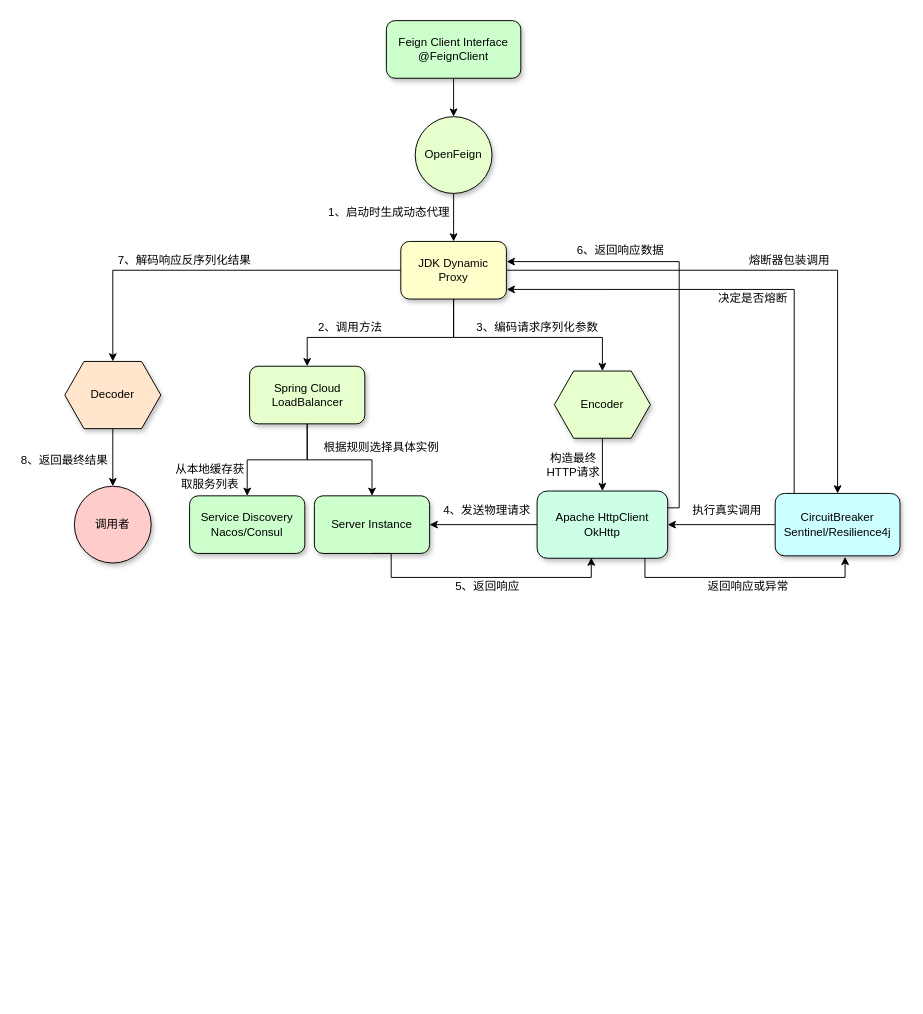
Before: achitecture_diagram/SpringCloud服务调用底层原理.drawio in abigalexy/online_drawing, a draw.io diagram. Source tidied: cells renumbered, new cells numbered last; positions are measured from the earlier drawing's top-left corner, leaving out a move shared by most shapes. Both pictures are drawn from the tidied source at 96%, with x=0, y=0 at pixel (16, 20).
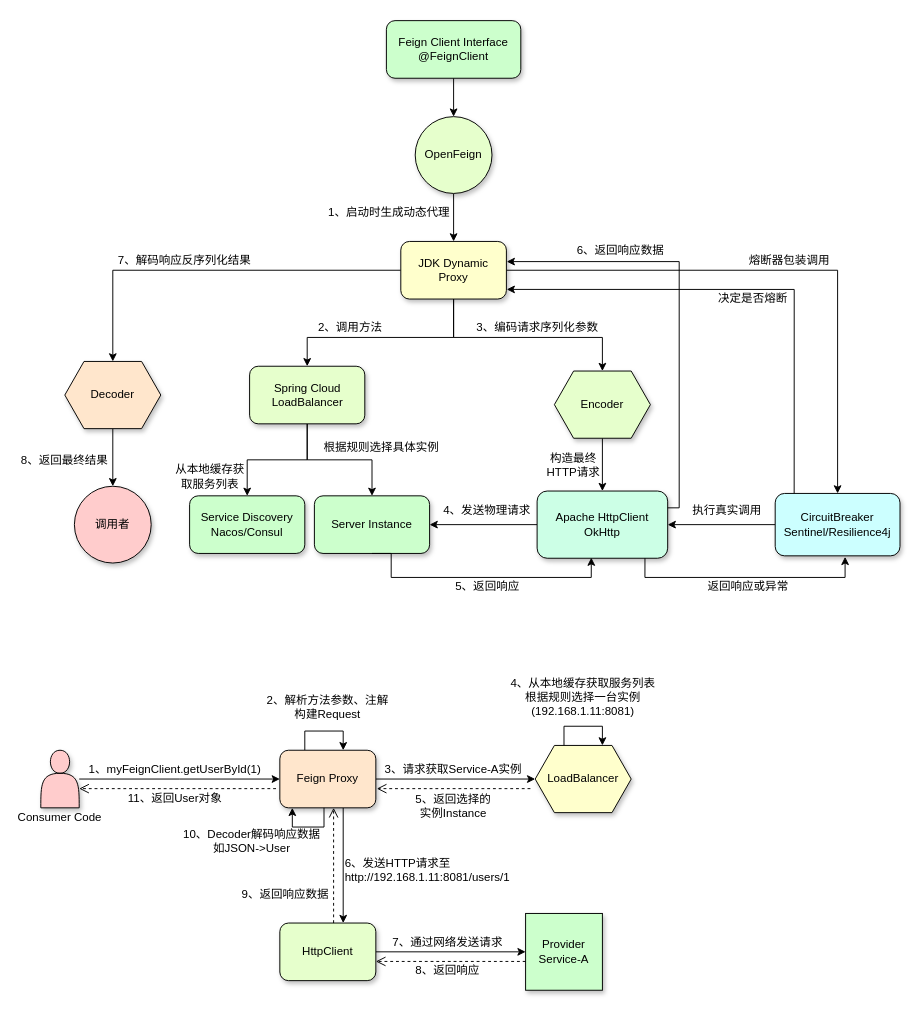
After the change.

Commit message:
更新SpringCloud服务调用底层原理.drawio

The edit, as a diff of the source:
```diff
@@
+    <mxCell id="45" style="group;" parent="1" vertex="1">
+      <mxGeometry y="680" width="670" height="330" as="geometry" />
+    </mxCell>
+    <mxCell id="46" style="edgeStyle=orthogonalEdgeStyle;rounded=0;jettySize=auto;html=1;entryX=0;entryY=0.5;entryDx=0;entryDy=0;" parent="45" edge="1" source="47">
+      <mxGeometry relative="1" as="geometry">
+        <mxPoint x="274" y="110" as="targetPoint" />
+      </mxGeometry>
+    </mxCell>
+    <mxCell id="47" style="shape=actor;whiteSpace=wrap;html=1;fillColor=#FFCCCC;shadow=1;" parent="45" vertex="1">
+      <mxGeometry x="25" y="80" width="40" height="60" as="geometry" />
+    </mxCell>
+    <mxCell id="48" value="Consumer Code" style="text;strokeColor=none;align=center;fillColor=none;html=1;verticalAlign=middle;whiteSpace=wrap;rounded=0;" parent="45" vertex="1">
+      <mxGeometry y="140" width="90" height="20" as="geometry" />
+    </mxCell>
+    <mxCell id="49" value="LoadBalancer" style="shape=hexagon;perimeter=hexagonPerimeter2;whiteSpace=wrap;html=1;fixedSize=1;fillColor=#FFFFCC;shadow=1;" parent="45" vertex="1">
+      <mxGeometry x="540" y="75" width="100" height="70" as="geometry" />
+    </mxCell>
+    <mxCell id="50" style="edgeStyle=orthogonalEdgeStyle;rounded=0;jettySize=auto;html=1;entryX=0;entryY=0.5;entryDx=0;entryDy=0;" parent="45" edge="1" source="51" target="52">
+      <mxGeometry relative="1" as="geometry" />
+    </mxCell>
+    <mxCell id="51" value="HttpClient" style="rounded=1;whiteSpace=wrap;html=1;fillColor=#E6FFCC;shadow=1;" parent="45" vertex="1">
+      <mxGeometry x="274" y="260" width="100" height="60" as="geometry" />
+    </mxCell>
+    <mxCell id="52" value="Provider&lt;br&gt;Service-A" style="whiteSpace=wrap;html=1;fillColor=#CCFFCC;shadow=1;" parent="45" vertex="1">
+      <mxGeometry x="530" y="250" width="80" height="80" as="geometry" />
+    </mxCell>
+    <mxCell id="53" value="1、myFeignClient.getUserById(1)" style="text;strokeColor=none;align=center;fillColor=none;html=1;verticalAlign=middle;whiteSpace=wrap;rounded=0;" parent="45" vertex="1">
+      <mxGeometry x="70" y="90" width="190" height="20" as="geometry" />
+    </mxCell>
+    <mxCell id="54" style="edgeStyle=orthogonalEdgeStyle;rounded=0;orthogonalLoop=1;jettySize=auto;html=1;" parent="45" edge="1">
+      <mxGeometry relative="1" as="geometry">
+        <mxPoint x="300" y="80" as="sourcePoint" />
+        <mxPoint x="340" y="80" as="targetPoint" />
+        <Array as="points">
+          <mxPoint x="300" y="80" />
+          <mxPoint x="300" y="60" />
+          <mxPoint x="340" y="60" />
+        </Array>
+      </mxGeometry>
+    </mxCell>
+    <mxCell id="55" style="edgeStyle=orthogonalEdgeStyle;rounded=0;jettySize=auto;html=1;entryX=0;entryY=0.5;entryDx=0;entryDy=0;" parent="45" edge="1" source="57" target="49">
+      <mxGeometry relative="1" as="geometry" />
+    </mxCell>
+    <mxCell id="56" style="edgeStyle=orthogonalEdgeStyle;rounded=0;orthogonalLoop=1;jettySize=auto;html=1;entryX=0.5;entryY=0;entryDx=0;entryDy=0;" parent="45" edge="1">
+      <mxGeometry relative="1" as="geometry">
+        <mxPoint x="340" y="140" as="sourcePoint" />
+        <mxPoint x="340" y="260" as="targetPoint" />
+      </mxGeometry>
+    </mxCell>
+    <mxCell id="57" value="Feign Proxy" style="rounded=1;whiteSpace=wrap;html=1;fillColor=#FFE6CC;shadow=1;" parent="45" vertex="1">
+      <mxGeometry x="274" y="80" width="100" height="60" as="geometry" />
+    </mxCell>
+    <mxCell id="58" value="2、解析方法参数、注解&lt;br&gt;构建Request" style="text;strokeColor=none;align=center;fillColor=none;html=1;verticalAlign=middle;whiteSpace=wrap;rounded=0;" parent="45" vertex="1">
+      <mxGeometry x="259" y="20" width="130" height="30" as="geometry" />
+    </mxCell>
+    <mxCell id="59" value="3、请求获取Service-A实例" style="text;strokeColor=none;align=center;fillColor=none;html=1;verticalAlign=middle;whiteSpace=wrap;rounded=0;" parent="45" vertex="1">
+      <mxGeometry x="380" y="92.5" width="150" height="15" as="geometry" />
+    </mxCell>
+    <mxCell id="60" value="4、从本地缓存获取服务列表&lt;br&gt;根据规则选择一台实例&lt;br&gt;(192.168.1.11:8081)" style="text;strokeColor=none;align=center;fillColor=none;html=1;verticalAlign=middle;whiteSpace=wrap;rounded=0;" parent="45" vertex="1">
+      <mxGeometry x="510" width="160" height="50" as="geometry" />
+    </mxCell>
+    <mxCell id="61" style="html=1;verticalAlign=bottom;endArrow=open;dashed=1;endSize=8;curved=0;rounded=0;" parent="45" edge="1">
+      <mxGeometry relative="1" as="geometry">
+        <mxPoint x="535" y="120" as="sourcePoint" />
+        <mxPoint x="375" y="120" as="targetPoint" />
+      </mxGeometry>
+    </mxCell>
+    <mxCell id="62" value="5、返回选择的&lt;br&gt;实例Instance" style="text;strokeColor=none;align=center;fillColor=none;html=1;verticalAlign=middle;whiteSpace=wrap;rounded=0;" parent="45" vertex="1">
+      <mxGeometry x="410" y="120" width="90" height="35" as="geometry" />
+    </mxCell>
+    <mxCell id="63" value="9、返回响应数据" style="text;strokeColor=none;align=center;fillColor=none;html=1;verticalAlign=middle;whiteSpace=wrap;rounded=0;" parent="45" vertex="1">
+      <mxGeometry x="230" y="220" width="100" height="20" as="geometry" />
+    </mxCell>
+    <mxCell id="64" value="7、通过网络发送请求" style="text;strokeColor=none;align=center;fillColor=none;html=1;verticalAlign=middle;whiteSpace=wrap;rounded=0;" parent="45" vertex="1">
+      <mxGeometry x="389" y="270" width="120" height="20" as="geometry" />
+    </mxCell>
+    <mxCell id="65" value="8、返回响应" style="text;strokeColor=none;align=center;fillColor=none;html=1;verticalAlign=middle;whiteSpace=wrap;rounded=0;" parent="45" vertex="1">
+      <mxGeometry x="414" y="300" width="70" height="20" as="geometry" />
+    </mxCell>
+    <mxCell id="66" style="edgeStyle=orthogonalEdgeStyle;rounded=0;orthogonalLoop=1;jettySize=auto;html=1;" parent="45" edge="1">
+      <mxGeometry relative="1" as="geometry">
+        <mxPoint x="320" y="140" as="sourcePoint" />
+        <mxPoint x="287" y="140" as="targetPoint" />
+        <Array as="points">
+          <mxPoint x="320" y="160" />
+          <mxPoint x="287" y="160" />
+        </Array>
+      </mxGeometry>
+    </mxCell>
+    <mxCell id="67" value="10、Decoder解码响应数据&lt;br&gt;如JSON-&amp;gt;User" style="text;strokeColor=none;align=center;fillColor=none;html=1;verticalAlign=middle;whiteSpace=wrap;rounded=0;" parent="45" vertex="1">
+      <mxGeometry x="170" y="160" width="150" height="30" as="geometry" />
+    </mxCell>
+    <mxCell id="68" style="html=1;verticalAlign=bottom;endArrow=open;dashed=1;endSize=8;curved=0;rounded=0;" parent="45" edge="1">
+      <mxGeometry relative="1" as="geometry">
+        <mxPoint x="270" y="120" as="sourcePoint" />
+        <mxPoint x="65" y="120" as="targetPoint" />
+      </mxGeometry>
+    </mxCell>
+    <mxCell id="69" value="11、返回User对象" style="text;strokeColor=none;align=center;fillColor=none;html=1;verticalAlign=middle;whiteSpace=wrap;rounded=0;" parent="45" vertex="1">
+      <mxGeometry x="115" y="120" width="100" height="20" as="geometry" />
+    </mxCell>
+    <mxCell id="70" value="6、发送HTTP请求至&lt;br&gt;http://192.168.1.11:8081/users/1" style="text;strokeColor=none;align=left;fillColor=none;html=1;verticalAlign=middle;whiteSpace=wrap;rounded=0;" parent="45" vertex="1">
+      <mxGeometry x="340" y="190" width="180" height="30" as="geometry" />
+    </mxCell>
+    <mxCell id="71" style="html=1;verticalAlign=bottom;endArrow=open;dashed=1;endSize=8;curved=0;rounded=0;exitX=0.46;exitY=0;exitDx=0;exitDy=0;exitPerimeter=0;" parent="45" edge="1">
+      <mxGeometry relative="1" as="geometry">
+        <mxPoint x="330" y="260" as="sourcePoint" />
+        <mxPoint x="330" y="140" as="targetPoint" />
+      </mxGeometry>
+    </mxCell>
+    <mxCell id="72" style="html=1;verticalAlign=bottom;endArrow=open;dashed=1;endSize=8;curved=0;rounded=0;exitX=0;exitY=0.625;exitDx=0;exitDy=0;exitPerimeter=0;" parent="45" edge="1" source="52">
+      <mxGeometry relative="1" as="geometry">
+        <mxPoint x="374" y="300" as="targetPoint" />
+      </mxGeometry>
+    </mxCell>
+    <mxCell id="73" style="edgeStyle=orthogonalEdgeStyle;rounded=0;orthogonalLoop=1;jettySize=auto;html=1;" parent="45" edge="1">
+      <mxGeometry relative="1" as="geometry">
+        <mxPoint x="570" y="75" as="sourcePoint" />
+        <mxPoint x="610" y="75" as="targetPoint" />
+        <Array as="points">
+          <mxPoint x="570" y="75" />
+          <mxPoint x="570" y="55" />
+          <mxPoint x="610" y="55" />
+        </Array>
+      </mxGeometry>
+    </mxCell>
```
